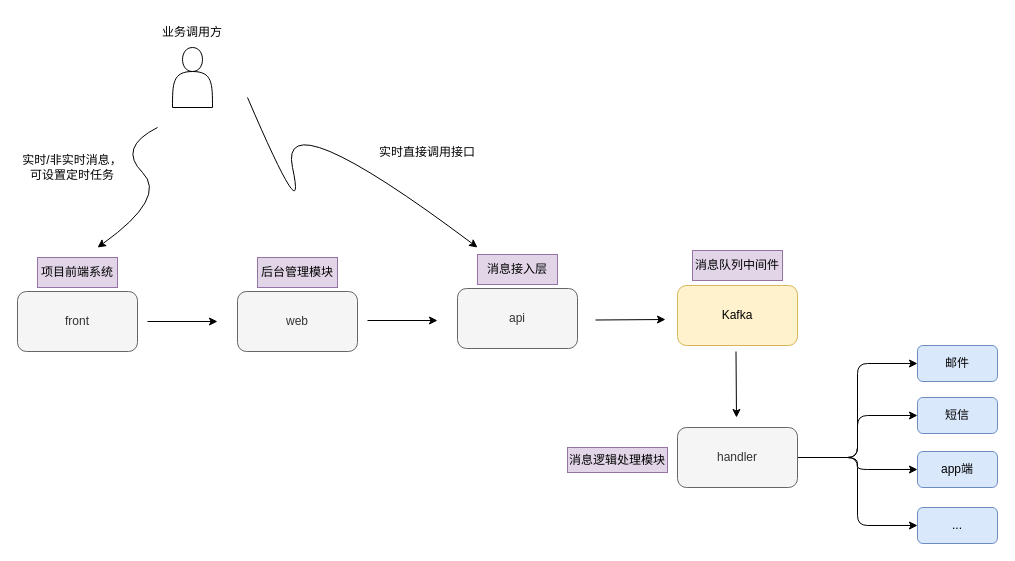
The draw.io diagram draw.io/系统架构图.drawio in KeatonLi/pictures, before the edit. Source tidied: cells renumbered, new cells numbered last; positions are measured from the earlier drawing's top-left corner, leaving out a move shared by most shapes. Both pictures are drawn from the tidied source at 100%, with x=0, y=0 at pixel (17, 17).
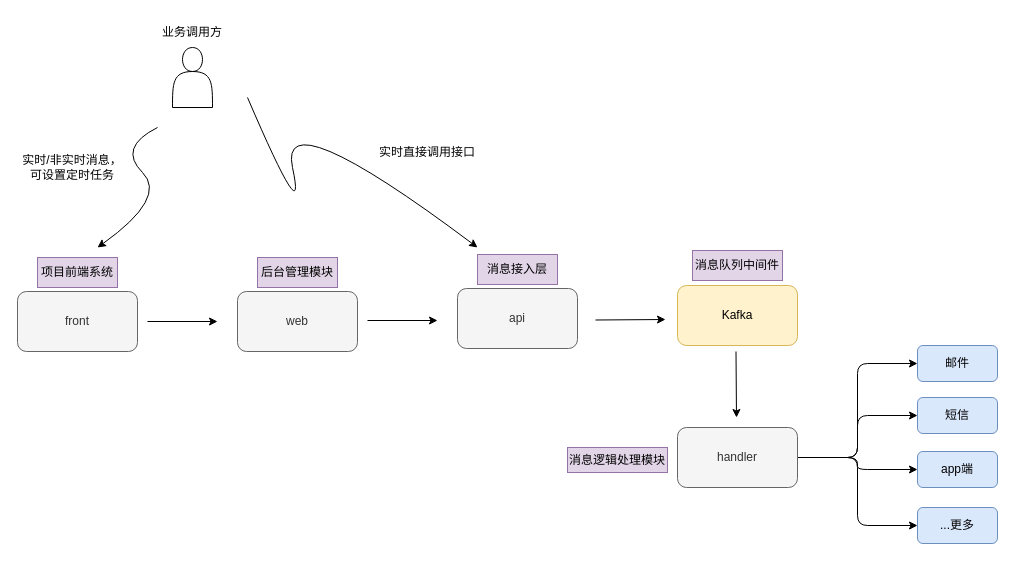
The same diagram, later.

Commit message (it also covers changes not shown here):
更新系统架构图.drawio

Diff of the diagram source:
```diff
@@
-    <mxCell id="29" value="..." style="rounded=1;whiteSpace=wrap;html=1;fillColor=#dae8fc;strokeColor=#6c8ebf;" parent="1" vertex="1">
+    <mxCell id="29" value="...更多" style="rounded=1;whiteSpace=wrap;html=1;fillColor=#dae8fc;strokeColor=#6c8ebf;" parent="1" vertex="1">
       <mxGeometry x="900" y="490" width="80" height="36" as="geometry" />
     </mxCell>
```
